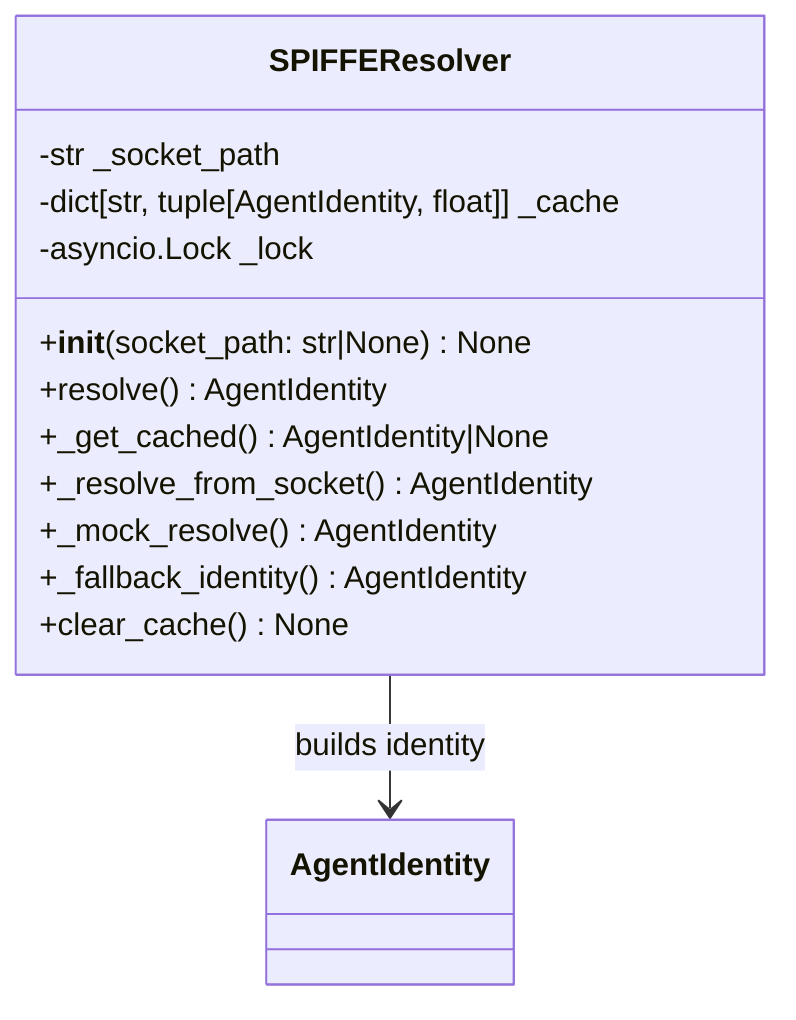
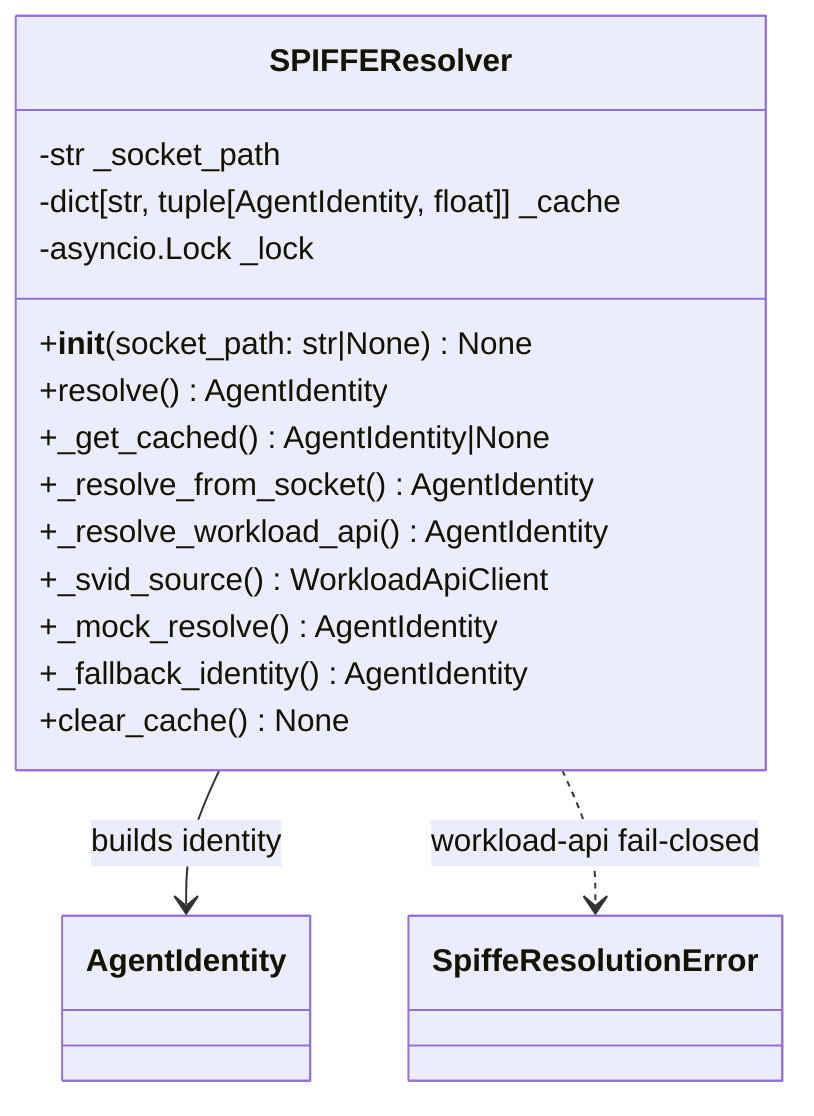
+ %% B2 (IDENTITY epic): _resolve_from_socket dispatches on settings.spiffe_mode — "mock"
+ %% (env-var identity, default) or "workload-api" (real SVID via the _svid_source seam,
+ %% fail-closed via SpiffeResolutionError; the attested SVID's ns/sa win over env vars).
classDiagram
    class SPIFFEResolver {
        -str _socket_path
        -dict[str, tuple[AgentIdentity, float]] _cache
        -asyncio.Lock _lock
        +__init__(socket_path: str|None) None
        +resolve() AgentIdentity
        +_get_cached() AgentIdentity|None
        +_resolve_from_socket() AgentIdentity
+         +_resolve_workload_api() AgentIdentity
+         +_svid_source() WorkloadApiClient
        +_mock_resolve() AgentIdentity
        +_fallback_identity() AgentIdentity
        +clear_cache() None
    }
    class AgentIdentity
+     class SpiffeResolutionError

    SPIFFEResolver --> AgentIdentity : builds identity
+     SPIFFEResolver ..> SpiffeResolutionError : workload-api fail-closed
